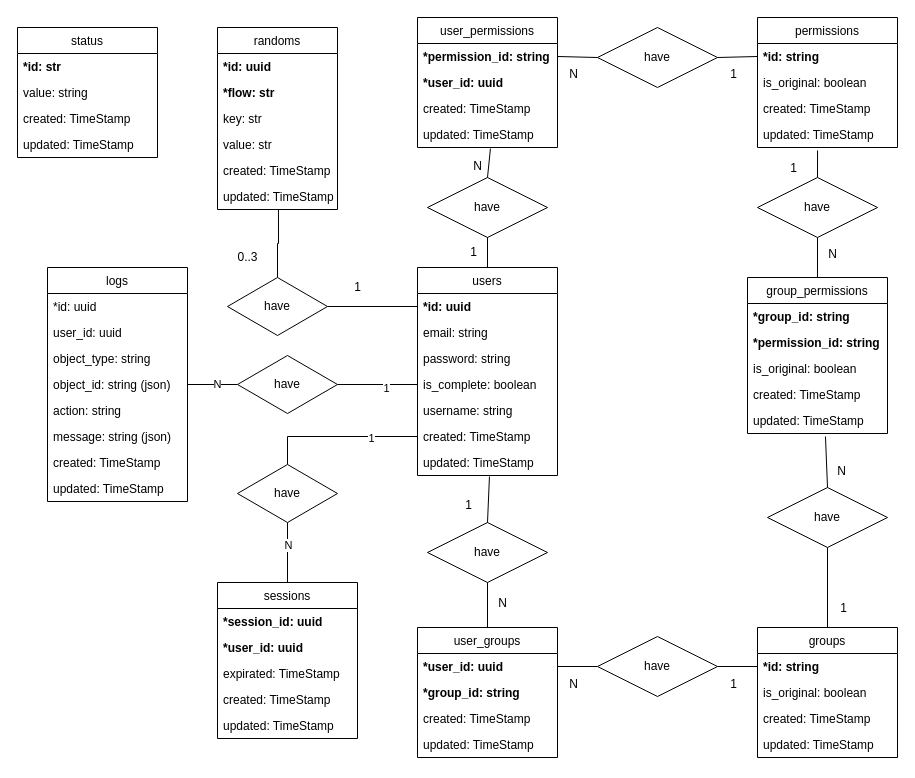
Before: page "Database" (1 of 2) of docs/dev/Arquitecture.drawio in ThunderSSGSS/Auth-fastapi-2, a draw.io diagram. Source tidied: cells renumbered, new cells numbered last; positions are measured from the earlier drawing's top-left corner, leaving out a move shared by most shapes. Both pictures are drawn from the tidied source at 100%, with x=0, y=0 at pixel (17, 17).
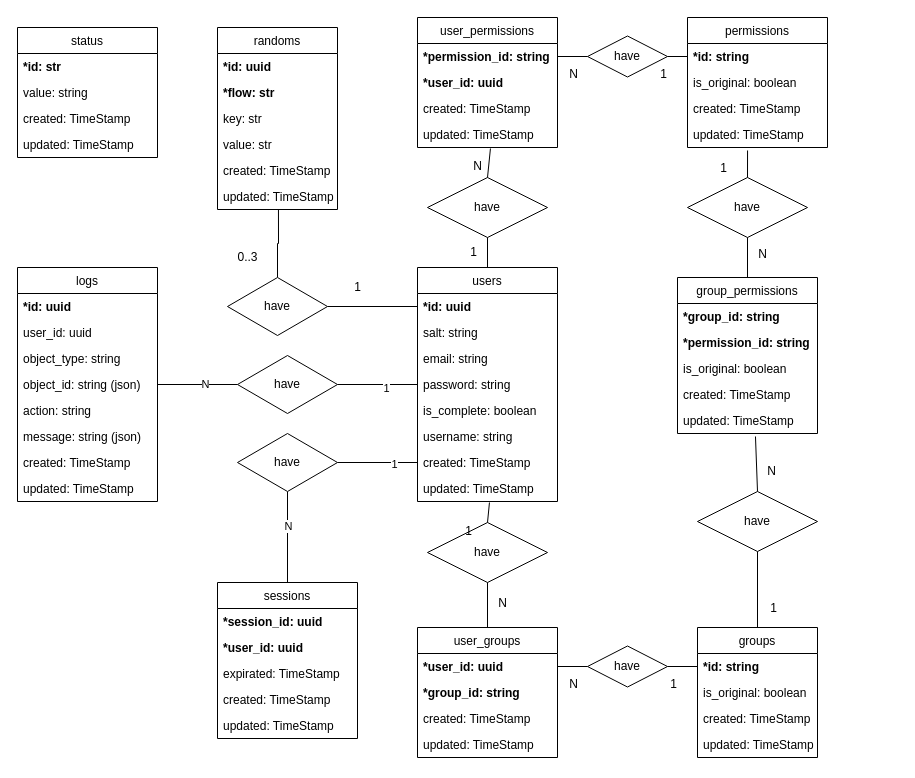
The same diagram, later.

Commit message (it also covers changes not shown here):
Add field salt to User table

Unchanged cells that the change refers to:
```xml
<mxCell id="91" value="have" style="rhombus;whiteSpace=wrap;html=1;" parent="1" vertex="1">
  <mxGeometry x="220" y="338" width="100" height="58" as="geometry" />
</mxCell>
```

Diff of the diagram source:
```diff
@@
     <mxCell id="2" value="users" style="swimlane;fontStyle=0;horizontal=1;startSize=26;" parent="1" vertex="1">
-      <mxGeometry x="400" y="250" width="140" height="208" as="geometry" />
+      <mxGeometry x="400" y="250" width="140" height="234" as="geometry" />
     </mxCell>
@@
+    <mxCell id="108" value="salt: string" style="text;strokeColor=none;fillColor=none;align=left;verticalAlign=top;spacingLeft=4;spacingRight=4;overflow=hidden;fontStyle=0;" parent="2" vertex="1">
+      <mxGeometry y="52" width="140" height="26" as="geometry" />
+    </mxCell>
     <mxCell id="4" value="email: string" style="text;strokeColor=none;fillColor=none;align=left;verticalAlign=top;spacingLeft=4;spacingRight=4;overflow=hidden;" parent="2" vertex="1">
-      <mxGeometry y="52" width="140" height="26" as="geometry" />
+      <mxGeometry y="78" width="140" height="26" as="geometry" />
     </mxCell>
     <mxCell id="5" value="password: string" style="text;strokeColor=none;fillColor=none;align=left;verticalAlign=top;spacingLeft=4;spacingRight=4;overflow=hidden;points=[[0,0.5],[1,0.5]];portConstraint=eastwest;" parent="2" vertex="1">
-      <mxGeometry y="78" width="140" height="26" as="geometry" />
+      <mxGeometry y="104" width="140" height="26" as="geometry" />
     </mxCell>
     <mxCell id="6" value="is_complete: boolean" style="text;strokeColor=none;fillColor=none;align=left;verticalAlign=top;spacingLeft=4;spacingRight=4;overflow=hidden;points=[[0,0.5],[1,0.5]];portConstraint=eastwest;" parent="2" vertex="1">
-      <mxGeometry y="104" width="140" height="26" as="geometry" />
+      <mxGeometry y="130" width="140" height="26" as="geometry" />
     </mxCell>
     <mxCell id="7" value="username: string" style="text;strokeColor=none;fillColor=none;align=left;verticalAlign=top;spacingLeft=4;spacingRight=4;overflow=hidden;" parent="2" vertex="1">
-      <mxGeometry y="130" width="140" height="26" as="geometry" />
+      <mxGeometry y="156" width="140" height="26" as="geometry" />
     </mxCell>
     <mxCell id="8" value="created: TimeStamp" style="text;strokeColor=none;fillColor=none;align=left;verticalAlign=top;spacingLeft=4;spacingRight=4;overflow=hidden;points=[[0,0.5],[1,0.5]];portConstraint=eastwest;" parent="2" vertex="1">
-      <mxGeometry y="156" width="140" height="26" as="geometry" />
+      <mxGeometry y="182" width="140" height="26" as="geometry" />
     </mxCell>
     <mxCell id="9" value="updated: TimeStamp" style="text;strokeColor=none;fillColor=none;align=left;verticalAlign=top;spacingLeft=4;spacingRight=4;overflow=hidden;points=[[0,0.5],[1,0.5]];portConstraint=eastwest;" parent="2" vertex="1">
-      <mxGeometry y="182" width="140" height="26" as="geometry" />
+      <mxGeometry y="208" width="140" height="26" as="geometry" />
     </mxCell>
     <mxCell id="10" value="permissions" style="swimlane;fontStyle=0;horizontal=1;startSize=26;" parent="1" vertex="1">
-      <mxGeometry x="740" width="140" height="130" as="geometry" />
+      <mxGeometry x="670" width="140" height="130" as="geometry" />
     </mxCell>
@@
     <mxCell id="15" value="groups" style="swimlane;fontStyle=0;horizontal=1;startSize=26;" parent="1" vertex="1">
-      <mxGeometry x="740" y="610" width="140" height="130" as="geometry" />
+      <mxGeometry x="680" y="610" width="120" height="130" as="geometry" />
     </mxCell>
     <mxCell id="16" value="*id: string" style="text;strokeColor=none;fillColor=none;align=left;verticalAlign=top;spacingLeft=4;spacingRight=4;overflow=hidden;points=[[0,0.5],[1,0.5]];portConstraint=eastwest;fontStyle=1;" parent="15" vertex="1">
-      <mxGeometry y="26" width="140" height="26" as="geometry" />
+      <mxGeometry y="26" width="120" height="26" as="geometry" />
     </mxCell>
     <mxCell id="17" value="is_original: boolean" style="text;strokeColor=none;fillColor=none;align=left;verticalAlign=top;spacingLeft=4;spacingRight=4;overflow=hidden;" parent="15" vertex="1">
-      <mxGeometry y="52" width="140" height="26" as="geometry" />
+      <mxGeometry y="52" width="120" height="26" as="geometry" />
     </mxCell>
     <mxCell id="18" value="created: TimeStamp" style="text;strokeColor=none;fillColor=none;align=left;verticalAlign=top;spacingLeft=4;spacingRight=4;overflow=hidden;" parent="15" vertex="1">
-      <mxGeometry y="78" width="140" height="26" as="geometry" />
+      <mxGeometry y="78" width="120" height="26" as="geometry" />
     </mxCell>
     <mxCell id="19" value="updated: TimeStamp" style="text;strokeColor=none;fillColor=none;align=left;verticalAlign=top;spacingLeft=4;spacingRight=4;overflow=hidden;" parent="15" vertex="1">
-      <mxGeometry y="104" width="140" height="26" as="geometry" />
+      <mxGeometry y="104" width="120" height="26" as="geometry" />
     </mxCell>
@@
     <mxCell id="30" value="group_permissions" style="swimlane;fontStyle=0;horizontal=1;startSize=26;" parent="1" vertex="1">
-      <mxGeometry x="730" y="260" width="140" height="156" as="geometry" />
+      <mxGeometry x="660" y="260" width="140" height="156" as="geometry" />
     </mxCell>
@@
     <mxCell id="41" value="have" style="shape=rhombus;perimeter=rhombusPerimeter;whiteSpace=wrap;html=1;align=center;" parent="1" vertex="1">
-      <mxGeometry x="580" y="10" width="120" height="60" as="geometry" />
+      <mxGeometry x="570" y="18.5" width="80" height="41" as="geometry" />
     </mxCell>
@@
     <mxCell id="46" value="have" style="shape=rhombus;perimeter=rhombusPerimeter;whiteSpace=wrap;html=1;align=center;" parent="1" vertex="1">
-      <mxGeometry x="740" y="160" width="120" height="60" as="geometry" />
+      <mxGeometry x="670" y="160" width="120" height="60" as="geometry" />
     </mxCell>
     <mxCell id="47" value="have" style="shape=rhombus;perimeter=rhombusPerimeter;whiteSpace=wrap;html=1;align=center;" parent="1" vertex="1">
-      <mxGeometry x="750" y="470" width="120" height="60" as="geometry" />
+      <mxGeometry x="680" y="474" width="120" height="60" as="geometry" />
     </mxCell>
@@
     <mxCell id="49" value="have" style="shape=rhombus;perimeter=rhombusPerimeter;whiteSpace=wrap;html=1;align=center;" parent="1" vertex="1">
-      <mxGeometry x="580" y="619" width="120" height="60" as="geometry" />
+      <mxGeometry x="570" y="628.5" width="80" height="41" as="geometry" />
     </mxCell>
@@
     <mxCell id="78" value="logs" style="swimlane;fontStyle=0;horizontal=1;startSize=26;" parent="1" vertex="1">
-      <mxGeometry x="30" y="250" width="140" height="234" as="geometry" />
+      <mxGeometry y="250" width="140" height="234" as="geometry" />
     </mxCell>
-    <mxCell id="79" value="*id: uuid" style="text;strokeColor=none;fillColor=none;align=left;verticalAlign=top;spacingLeft=4;spacingRight=4;overflow=hidden;" parent="78" vertex="1">
+    <mxCell id="79" value="*id: uuid" style="text;strokeColor=none;fillColor=none;align=left;verticalAlign=top;spacingLeft=4;spacingRight=4;overflow=hidden;fontStyle=1;" parent="78" vertex="1">
       <mxGeometry y="26" width="140" height="26" as="geometry" />
     </mxCell>
@@
-    <mxCell id="89" style="edgeStyle=orthogonalEdgeStyle;rounded=0;jettySize=auto;html=1;entryX=0;entryY=0.5;entryDx=0;entryDy=0;endArrow=none;endFill=0;" parent="1" edge="1" source="91" target="6">
+    <mxCell id="89" style="edgeStyle=orthogonalEdgeStyle;rounded=0;jettySize=auto;html=1;entryX=0;entryY=0.5;entryDx=0;entryDy=0;endArrow=none;endFill=0;" parent="1" edge="1" source="91" target="5">
       <mxGeometry relative="1" as="geometry" />
     </mxCell>
@@
     <mxCell id="96" value="have" style="rhombus;whiteSpace=wrap;html=1;" parent="1" vertex="1">
-      <mxGeometry x="220" y="447" width="100" height="58" as="geometry" />
+      <mxGeometry x="220" y="416" width="100" height="58" as="geometry" />
     </mxCell>
```
